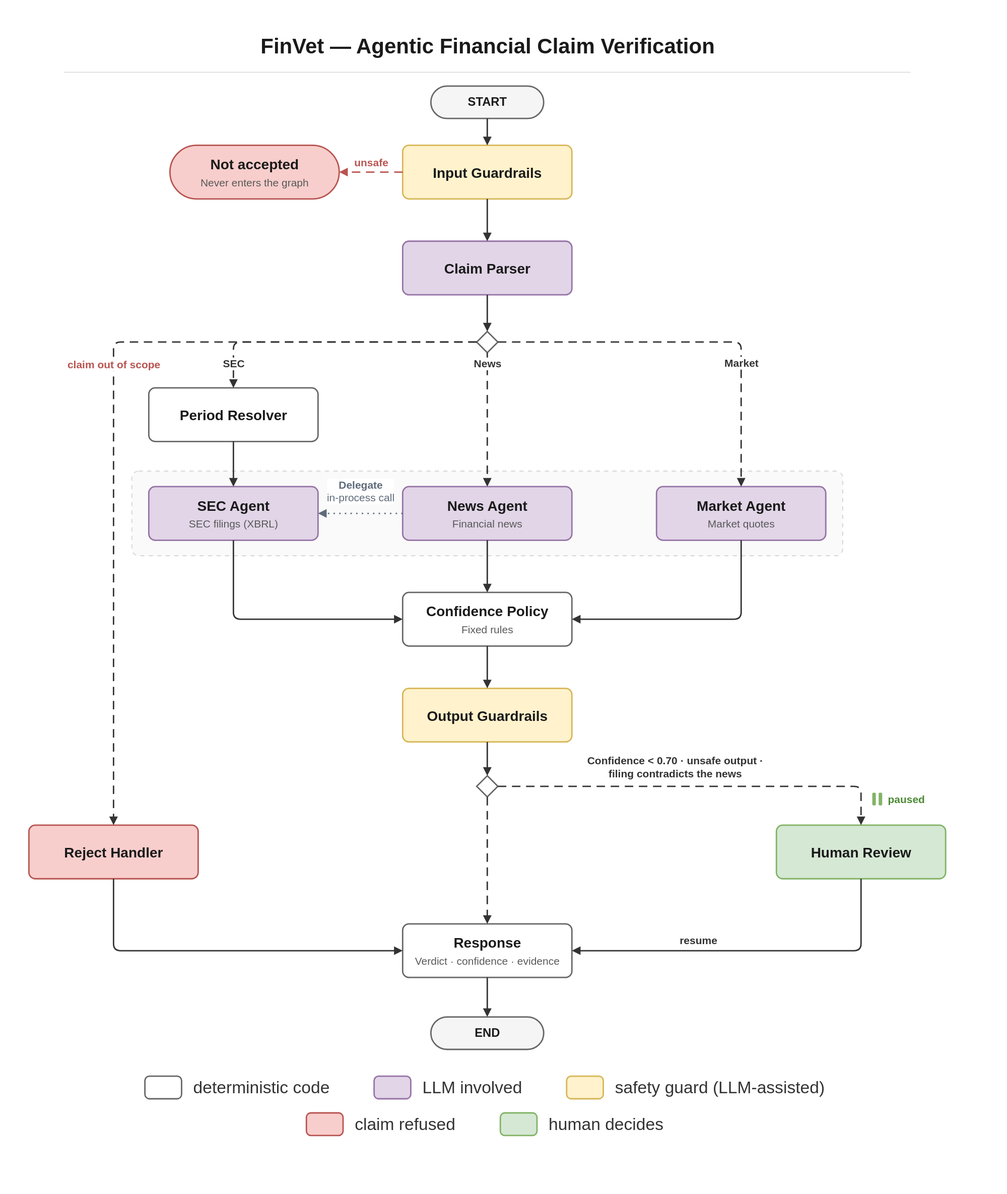
Before: docs/diagrams/finvet-linkedin.svg, a diagram exported from draw.io (danielberhane/finvet). Source tidied: cells renumbered, new cells last; positions are measured from the earlier drawing's top-left corner, leaving out a move shared by most shapes.
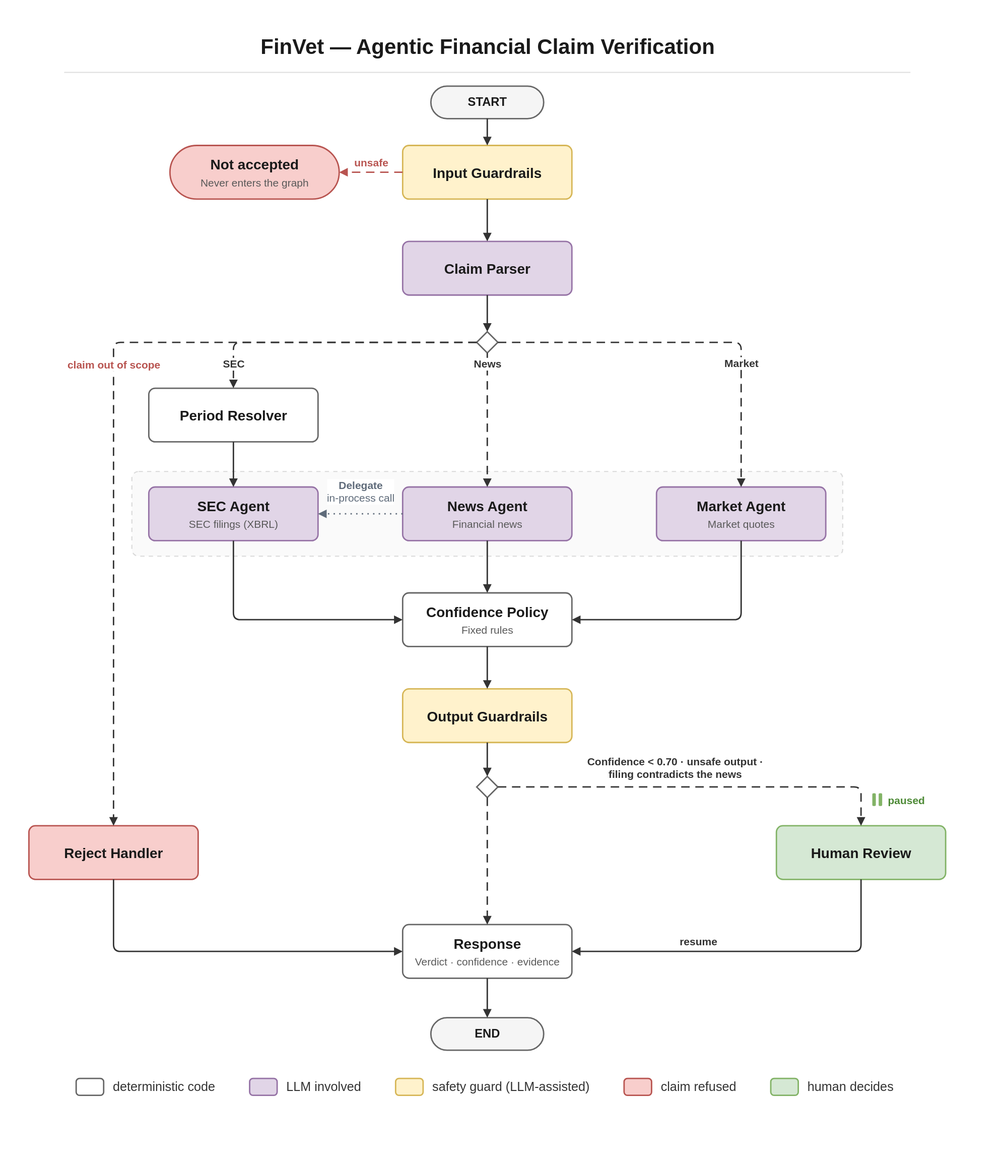
Later version of the same file.

Commit message:
docs(diagram): legend at 18 px in one row (#29)

Diff of the diagram source:
```diff
@@ -152,34 +152,34 @@
       <mxGeometry relative="1" as="geometry" />
     </mxCell>
     <mxCell id="44" style="rounded=1;arcSize=20;html=1;fillColor=#FFFFFF;strokeColor=#666666;strokeWidth=2;" parent="1" vertex="1">
-      <mxGeometry x="164.5" y="1486" width="52" height="32" as="geometry" />
+      <mxGeometry x="67" y="1488" width="39" height="24" as="geometry" />
     </mxCell>
-    <mxCell id="45" value="deterministic code" style="text;html=1;align=left;verticalAlign=middle;fontFamily=Helvetica;fontSize=24;fontColor=#333333;" parent="1" vertex="1">
-      <mxGeometry x="230.5" y="1484" width="203" height="36" as="geometry" />
+    <mxCell id="45" value="deterministic code" style="text;html=1;align=left;verticalAlign=middle;fontFamily=Helvetica;fontSize=18;fontColor=#333333;" parent="1" vertex="1">
+      <mxGeometry x="117" y="1486" width="154" height="28" as="geometry" />
     </mxCell>
     <mxCell id="46" style="rounded=1;arcSize=20;html=1;fillColor=#E1D5E7;strokeColor=#9673A6;strokeWidth=2;" parent="1" vertex="1">
-      <mxGeometry x="489.5" y="1486" width="52" height="32" as="geometry" />
+      <mxGeometry x="313" y="1488" width="39" height="24" as="geometry" />
     </mxCell>
-    <mxCell id="47" value="LLM involved" style="text;html=1;align=left;verticalAlign=middle;fontFamily=Helvetica;fontSize=24;fontColor=#333333;" parent="1" vertex="1">
-      <mxGeometry x="555.5" y="1484" width="151" height="36" as="geometry" />
+    <mxCell id="47" value="LLM involved" style="text;html=1;align=left;verticalAlign=middle;fontFamily=Helvetica;fontSize=18;fontColor=#333333;" parent="1" vertex="1">
+      <mxGeometry x="363" y="1486" width="115" height="28" as="geometry" />
     </mxCell>
     <mxCell id="48" style="rounded=1;arcSize=20;html=1;fillColor=#FFF2CC;strokeColor=#D6B656;strokeWidth=2;" parent="1" vertex="1">
-      <mxGeometry x="762.5" y="1486" width="52" height="32" as="geometry" />
+      <mxGeometry x="520" y="1488" width="39" height="24" as="geometry" />
     </mxCell>
-    <mxCell id="49" value="safety guard (LLM-assisted)" style="text;html=1;align=left;verticalAlign=middle;fontFamily=Helvetica;fontSize=24;fontColor=#333333;" parent="1" vertex="1">
-      <mxGeometry x="828.5" y="1484" width="307" height="36" as="geometry" />
+    <mxCell id="49" value="safety guard (LLM-assisted)" style="text;html=1;align=left;verticalAlign=middle;fontFamily=Helvetica;fontSize=18;fontColor=#333333;" parent="1" vertex="1">
+      <mxGeometry x="570" y="1486" width="232" height="28" as="geometry" />
     </mxCell>
     <mxCell id="50" style="rounded=1;arcSize=20;html=1;fillColor=#F8CECC;strokeColor=#B85450;strokeWidth=2;" parent="1" vertex="1">
-      <mxGeometry x="393.5" y="1538" width="52" height="32" as="geometry" />
+      <mxGeometry x="844" y="1488" width="39" height="24" as="geometry" />
     </mxCell>
-    <mxCell id="51" value="claim refused" style="text;html=1;align=left;verticalAlign=middle;fontFamily=Helvetica;fontSize=24;fontColor=#333333;" parent="1" vertex="1">
-      <mxGeometry x="459.5" y="1536" width="153" height="36" as="geometry" />
+    <mxCell id="51" value="claim refused" style="text;html=1;align=left;verticalAlign=middle;fontFamily=Helvetica;fontSize=18;fontColor=#333333;" parent="1" vertex="1">
+      <mxGeometry x="894" y="1486" width="116" height="28" as="geometry" />
     </mxCell>
     <mxCell id="52" style="rounded=1;arcSize=20;html=1;fillColor=#D5E8D4;strokeColor=#82B366;strokeWidth=2;" parent="1" vertex="1">
-      <mxGeometry x="668.5" y="1538" width="52" height="32" as="geometry" />
+      <mxGeometry x="1052" y="1488" width="39" height="24" as="geometry" />
     </mxCell>
-    <mxCell id="53" value="human decides" style="text;html=1;align=left;verticalAlign=middle;fontFamily=Helvetica;fontSize=24;fontColor=#333333;" parent="1" vertex="1">
-      <mxGeometry x="734.5" y="1536" width="172" height="36" as="geometry" />
+    <mxCell id="53" value="human decides" style="text;html=1;align=left;verticalAlign=middle;fontFamily=Helvetica;fontSize=18;fontColor=#333333;" parent="1" vertex="1">
+      <mxGeometry x="1102" y="1486" width="131" height="28" as="geometry" />
     </mxCell>
   </root>
 </mxGraphModel>
```
